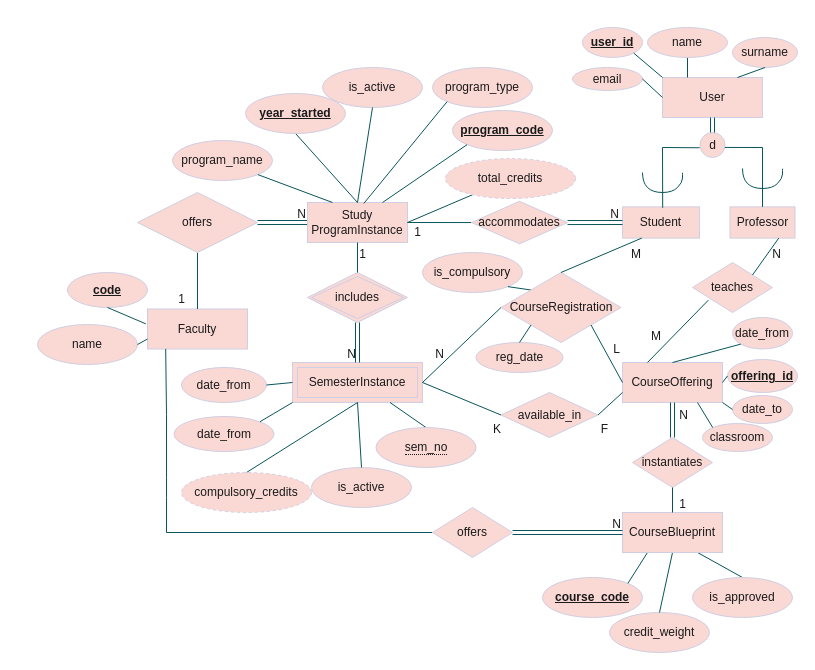
Before: DBschema.drawio in dmitru4ok/course-management, a draw.io diagram. Source tidied: cells renumbered, new cells numbered last; positions are measured from the earlier drawing's top-left corner, leaving out a move shared by most shapes. Both pictures are drawn from the tidied source at 100%, with x=0, y=0 at pixel (37, 27).
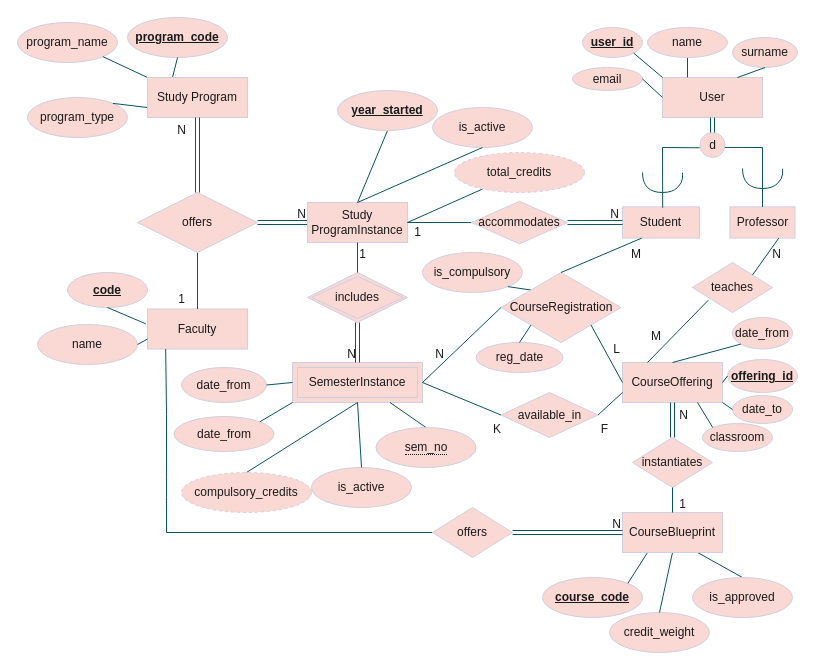
The same diagram, later.

Commit message:
Db schema: decompose Study Program instance

The change refers to these unchanged cells:
```xml
<mxCell id="9" value="Study ProgramInstance" style="whiteSpace=wrap;html=1;align=center;labelBackgroundColor=none;fillColor=#FAD9D5;strokeColor=#D0CEE2;fontColor=#1A1A1A;" parent="1" vertex="1">
  <mxGeometry x="270" y="175" width="100" height="40" as="geometry" />
</mxCell>
<mxCell id="10" value="offers" style="shape=rhombus;perimeter=rhombusPerimeter;whiteSpace=wrap;html=1;align=center;labelBackgroundColor=none;fillColor=#FAD9D5;strokeColor=#D0CEE2;fontColor=#1A1A1A;" parent="1" vertex="1">
  <mxGeometry x="100" y="165" width="120" height="60" as="geometry" />
</mxCell>
```

What changed in the source:
```diff
@@
     <mxCell id="23" value="&lt;b&gt;program_code&lt;/b&gt;" style="ellipse;whiteSpace=wrap;html=1;align=center;fontStyle=4;labelBackgroundColor=none;fillColor=#FAD9D5;strokeColor=#D0CEE2;fontColor=#1A1A1A;" parent="1" vertex="1">
-      <mxGeometry x="415" y="83" width="100" height="40" as="geometry" />
+      <mxGeometry x="90" y="-10" width="100" height="40" as="geometry" />
     </mxCell>
-    <mxCell id="24" style="endArrow=none;html=1;rounded=0;exitX=0.75;exitY=0;exitDx=0;exitDy=0;entryX=0;entryY=1;entryDx=0;entryDy=0;labelBackgroundColor=none;fontColor=default;strokeColor=#09555B;" parent="1" edge="1" source="9" target="23">
+    <mxCell id="24" style="endArrow=none;html=1;rounded=0;exitX=0.25;exitY=0;exitDx=0;exitDy=0;entryX=0.5;entryY=1;entryDx=0;entryDy=0;labelBackgroundColor=none;fontColor=default;strokeColor=#09555B;" parent="1" edge="1" source="109" target="23">
       <mxGeometry relative="1" as="geometry" />
     </mxCell>
@@
     <mxCell id="27" value="program_name" style="ellipse;whiteSpace=wrap;html=1;align=center;labelBackgroundColor=none;fillColor=#FAD9D5;strokeColor=#D0CEE2;fontColor=#1A1A1A;" parent="1" vertex="1">
-      <mxGeometry x="135" y="113" width="100" height="40" as="geometry" />
+      <mxGeometry x="-20" y="-5" width="100" height="40" as="geometry" />
     </mxCell>
-    <mxCell id="28" style="endArrow=none;html=1;rounded=0;exitX=0.25;exitY=0;exitDx=0;exitDy=0;entryX=1;entryY=1;entryDx=0;entryDy=0;labelBackgroundColor=none;fontColor=default;strokeColor=#09555B;" parent="1" edge="1" source="9" target="27">
+    <mxCell id="28" style="endArrow=none;html=1;rounded=0;entryX=1;entryY=1;entryDx=0;entryDy=0;labelBackgroundColor=none;fontColor=default;strokeColor=#09555B;exitX=0;exitY=0;exitDx=0;exitDy=0;" parent="1" edge="1" source="109" target="27">
       <mxGeometry relative="1" as="geometry" />
     </mxCell>
@@
     <mxCell id="30" value="total_credits" style="ellipse;whiteSpace=wrap;html=1;align=center;dashed=1;labelBackgroundColor=none;fillColor=#FAD9D5;strokeColor=#D0CEE2;fontColor=#1A1A1A;" parent="1" vertex="1">
-      <mxGeometry x="408" y="131" width="130" height="40" as="geometry" />
+      <mxGeometry x="417" y="125" width="130" height="40" as="geometry" />
     </mxCell>
@@
     <mxCell id="36" value="&lt;b&gt;year_started&lt;/b&gt;" style="ellipse;whiteSpace=wrap;html=1;align=center;fontStyle=4;labelBackgroundColor=none;fillColor=#FAD9D5;strokeColor=#D0CEE2;fontColor=#1A1A1A;" parent="1" vertex="1">
-      <mxGeometry x="208" y="66" width="100" height="40" as="geometry" />
+      <mxGeometry x="300" y="63" width="100" height="40" as="geometry" />
     </mxCell>
@@
     <mxCell id="44" value="is_active" style="ellipse;whiteSpace=wrap;html=1;align=center;labelBackgroundColor=none;fillColor=#FAD9D5;strokeColor=#D0CEE2;fontColor=#1A1A1A;" parent="1" vertex="1">
-      <mxGeometry x="285" y="40" width="100" height="40" as="geometry" />
+      <mxGeometry x="395" y="80" width="100" height="40" as="geometry" />
     </mxCell>
@@
     <mxCell id="92" value="program_type" style="ellipse;whiteSpace=wrap;html=1;align=center;labelBackgroundColor=none;fillColor=#FAD9D5;strokeColor=#D0CEE2;fontColor=#1A1A1A;" parent="1" vertex="1">
-      <mxGeometry x="395" y="40" width="100" height="40" as="geometry" />
+      <mxGeometry x="-10" y="70" width="100" height="40" as="geometry" />
     </mxCell>
-    <mxCell id="93" style="endArrow=none;html=1;rounded=0;exitX=0;exitY=1;exitDx=0;exitDy=0;entryX=0.563;entryY=0.024;entryDx=0;entryDy=0;entryPerimeter=0;labelBackgroundColor=none;fontColor=default;strokeColor=#09555B;" parent="1" edge="1" source="92" target="9">
+    <mxCell id="93" style="endArrow=none;html=1;rounded=0;exitX=1;exitY=0;exitDx=0;exitDy=0;entryX=0;entryY=0.75;entryDx=0;entryDy=0;labelBackgroundColor=none;fontColor=default;strokeColor=#09555B;" parent="1" edge="1" source="92" target="109">
       <mxGeometry relative="1" as="geometry" />
     </mxCell>
@@
+    <mxCell id="109" value="Study Program" style="whiteSpace=wrap;html=1;align=center;labelBackgroundColor=none;fillColor=#FAD9D5;strokeColor=#D0CEE2;fontColor=#1A1A1A;" parent="1" vertex="1">
+      <mxGeometry x="110" y="50" width="100" height="40" as="geometry" />
+    </mxCell>
+    <mxCell id="110" style="shape=link;html=1;rounded=0;exitX=0.5;exitY=0;exitDx=0;exitDy=0;entryX=0.5;entryY=1;entryDx=0;entryDy=0;labelBackgroundColor=none;fontColor=default;strokeColor=#09555B;" parent="1" edge="1" source="10" target="109">
+      <mxGeometry relative="1" as="geometry" />
+    </mxCell>
+    <mxCell id="111" value="N" style="html=1;whiteSpace=wrap;align=right;verticalAlign=bottom;labelBackgroundColor=none;fillColor=#FAD9D5;strokeColor=#D0CEE2;fontColor=#1A1A1A;" parent="110" vertex="1">
+      <mxGeometry x="1" relative="1" as="geometry">
+        <mxPoint x="-10" y="21" as="offset" />
+      </mxGeometry>
+    </mxCell>
```
